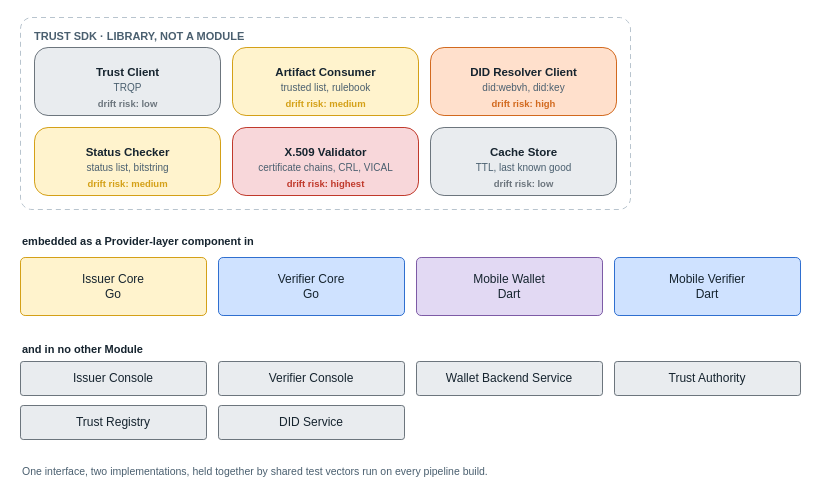
Earlier version of the draw.io diagram images/architecture-framework/software-architecture/trust-sdk.drawio (id-verifiable-credential-dev/id-doc-idctf). Source tidied: cells renumbered, new cells numbered last; positions are measured from the earlier drawing's top-left corner, leaving out a move shared by most shapes. Both pictures are drawn from the tidied source at 100%, with x=0, y=0 at pixel (17, 17).
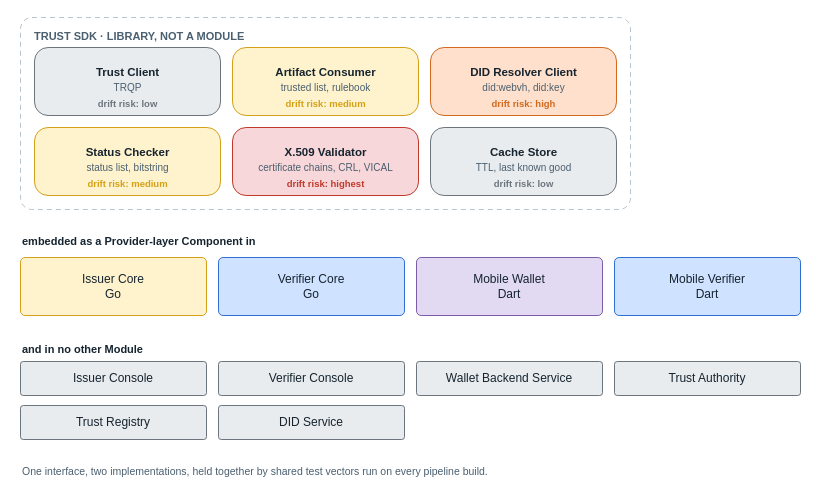
The same diagram, later.

Diff of the diagram source:
```diff
@@
-    <mxCell id="27" value="embedded as a Provider-layer component in" style="text;html=1;strokeColor=none;fillColor=none;align=left;verticalAlign=middle;fontSize=11;fontColor=#16242f;fontStyle=1;" parent="1" vertex="1">
+    <mxCell id="27" value="embedded as a Provider-layer Component in" style="text;html=1;strokeColor=none;fillColor=none;align=left;verticalAlign=middle;fontSize=11;fontColor=#16242f;fontStyle=1;" parent="1" vertex="1">
       <mxGeometry x="3" y="214" width="220" height="20" as="geometry" />
     </mxCell>
```
